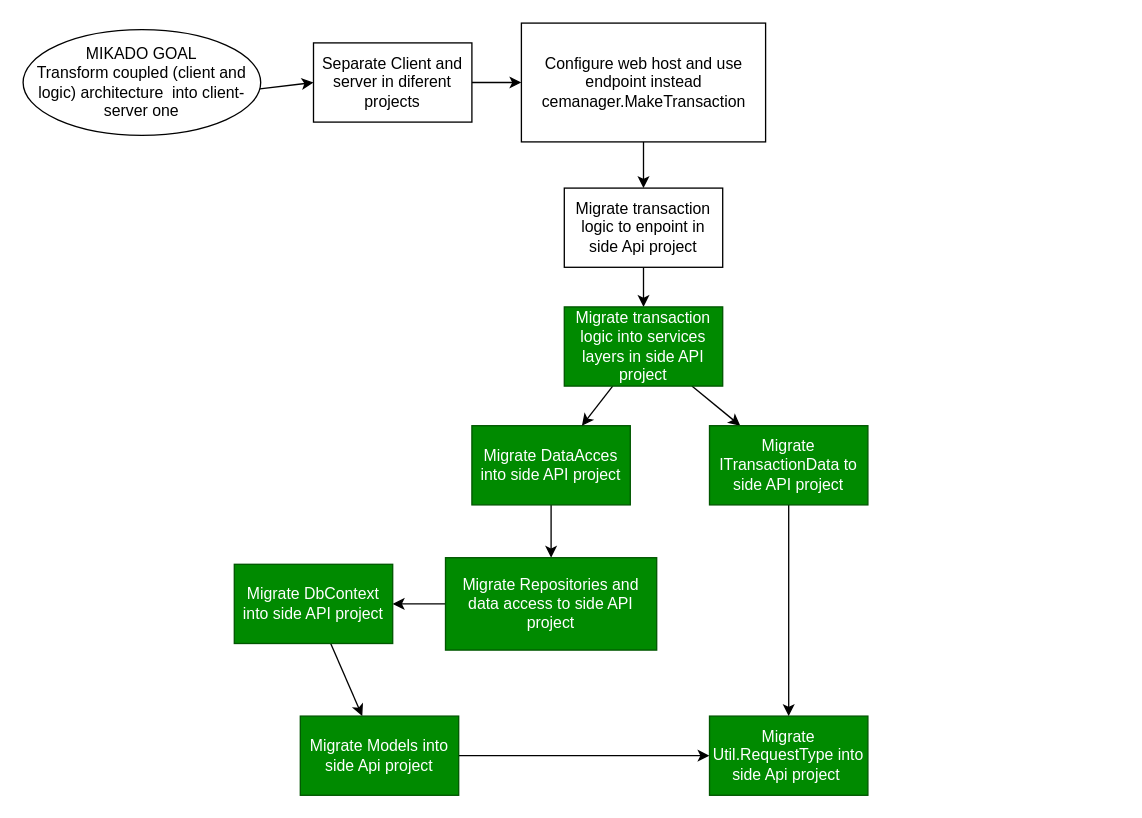
Before: Docs/Diagrams/refactor_to_client-server(MikadoGraph).drawio in Camilo716/Customized-Expense-Manager, a draw.io diagram. Source tidied: cells renumbered, new cells numbered last; positions are measured from the earlier drawing's top-left corner, leaving out a move shared by most shapes. Both pictures are drawn from the tidied source at 132%, with x=0, y=0 at pixel (22, 22).
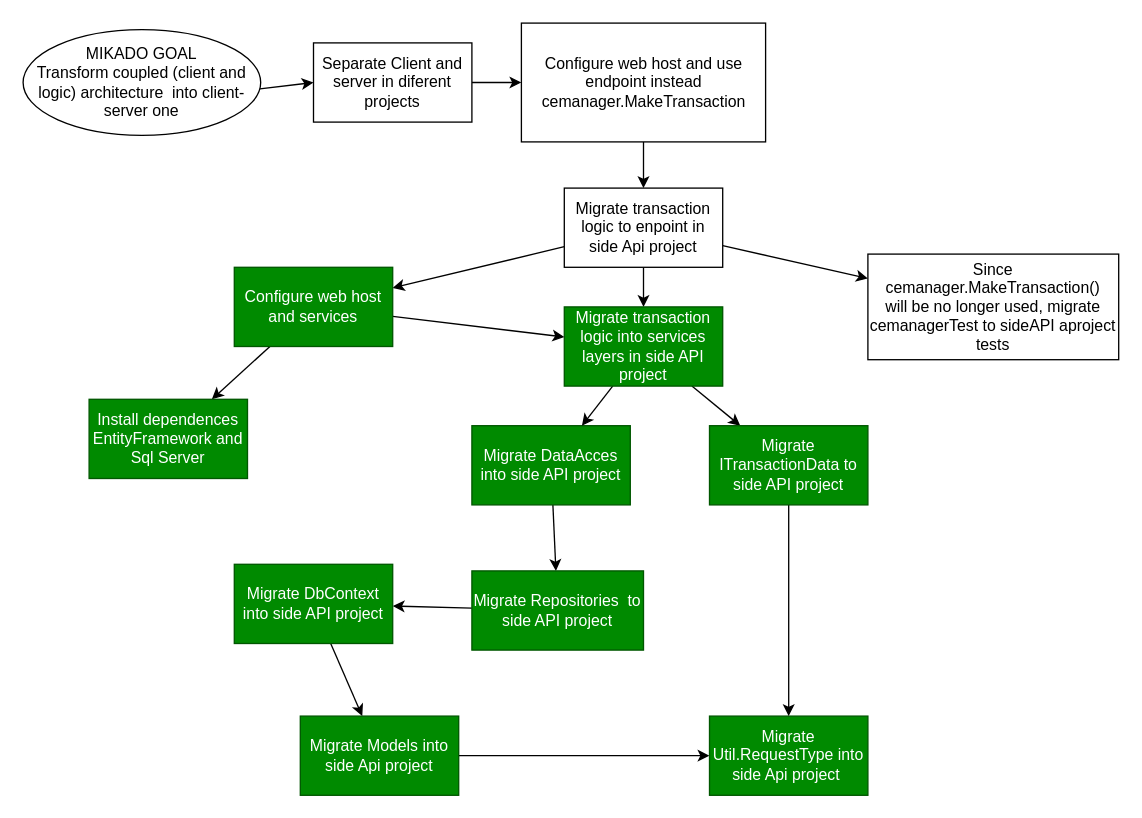
The same page after the edit.

Commit message (it also covers changes not shown here):
Install dependences & configure web host and services

The change refers to these unchanged cells:
```xml
<mxCell id="7" value="Migrate transaction logic to enpoint in side Api project" style="whiteSpace=wrap;html=1;" parent="1" vertex="1">
  <mxGeometry x="410" y="125" width="120" height="60" as="geometry" />
</mxCell>
<mxCell id="17" value="Migrate transaction logic into services layers in side API project" style="whiteSpace=wrap;html=1;fillColor=#008a00;fontColor=#ffffff;strokeColor=#005700;" parent="1" vertex="1">
  <mxGeometry x="410" y="215" width="120" height="60" as="geometry" />
</mxCell>
```

What changed in the source:
```diff
@@
+    <mxCell id="24" style="edgeStyle=none;html=1;" parent="1" edge="1" source="7" target="28">
+      <mxGeometry relative="1" as="geometry" />
+    </mxCell>
+    <mxCell id="25" style="edgeStyle=none;html=1;" parent="1" edge="1" source="7" target="30">
+      <mxGeometry relative="1" as="geometry" />
+    </mxCell>
@@
-    <mxCell id="19" value="Migrate Repositories and data access to side API project" style="whiteSpace=wrap;html=1;fillColor=#008a00;fontColor=#ffffff;strokeColor=#005700;" parent="1" vertex="1">
-      <mxGeometry x="320" y="405" width="160" height="70" as="geometry" />
+    <mxCell id="19" value="Migrate Repositories&amp;nbsp; to side API project" style="whiteSpace=wrap;html=1;fillColor=#008a00;fontColor=#ffffff;strokeColor=#005700;" parent="1" vertex="1">
+      <mxGeometry x="340" y="415" width="130" height="60" as="geometry" />
     </mxCell>
@@
+    <mxCell id="26" style="edgeStyle=none;html=1;" parent="1" edge="1" source="28" target="17">
+      <mxGeometry relative="1" as="geometry" />
+    </mxCell>
+    <mxCell id="27" style="edgeStyle=none;html=1;" parent="1" edge="1" source="28" target="29">
+      <mxGeometry relative="1" as="geometry" />
+    </mxCell>
+    <mxCell id="28" value="Configure web host and services" style="whiteSpace=wrap;html=1;fillColor=#008a00;fontColor=#ffffff;strokeColor=#005700;" parent="1" vertex="1">
+      <mxGeometry x="160" y="185" width="120" height="60" as="geometry" />
+    </mxCell>
+    <mxCell id="29" value="Install dependences EntityFramework and Sql Server" style="whiteSpace=wrap;html=1;fillColor=#008a00;fontColor=#ffffff;strokeColor=#005700;" parent="1" vertex="1">
+      <mxGeometry x="50" y="285" width="120" height="60" as="geometry" />
+    </mxCell>
+    <mxCell id="30" value="Since cemanager.MakeTransaction()&lt;br&gt;will be no longer used, migrate cemanagerTest to sideAPI aproject tests" style="whiteSpace=wrap;html=1;" parent="1" vertex="1">
+      <mxGeometry x="640" y="175" width="190" height="80" as="geometry" />
+    </mxCell>
```
